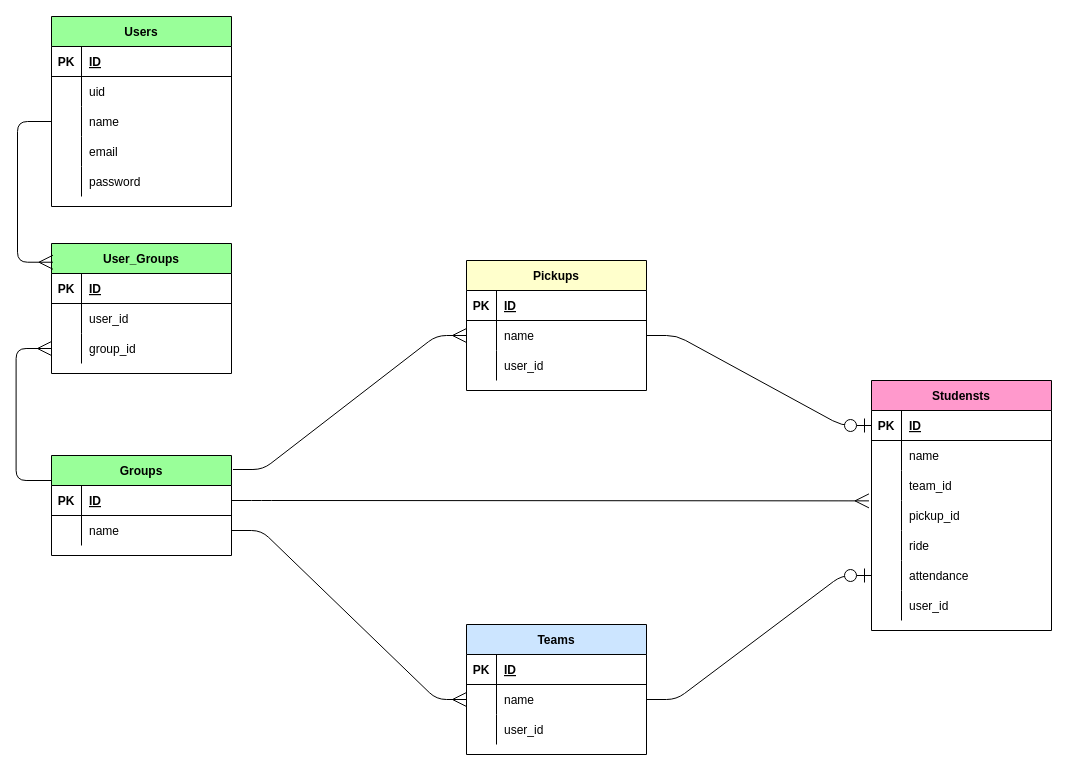
Before: table_design.dio in rrr-ryu/wasurena, a draw.io diagram. Source tidied: cells renumbered, new cells numbered last; positions are measured from the earlier drawing's top-left corner, leaving out a move shared by most shapes. Both pictures are drawn from the tidied source at 100%, with x=0, y=0 at pixel (16, 16).
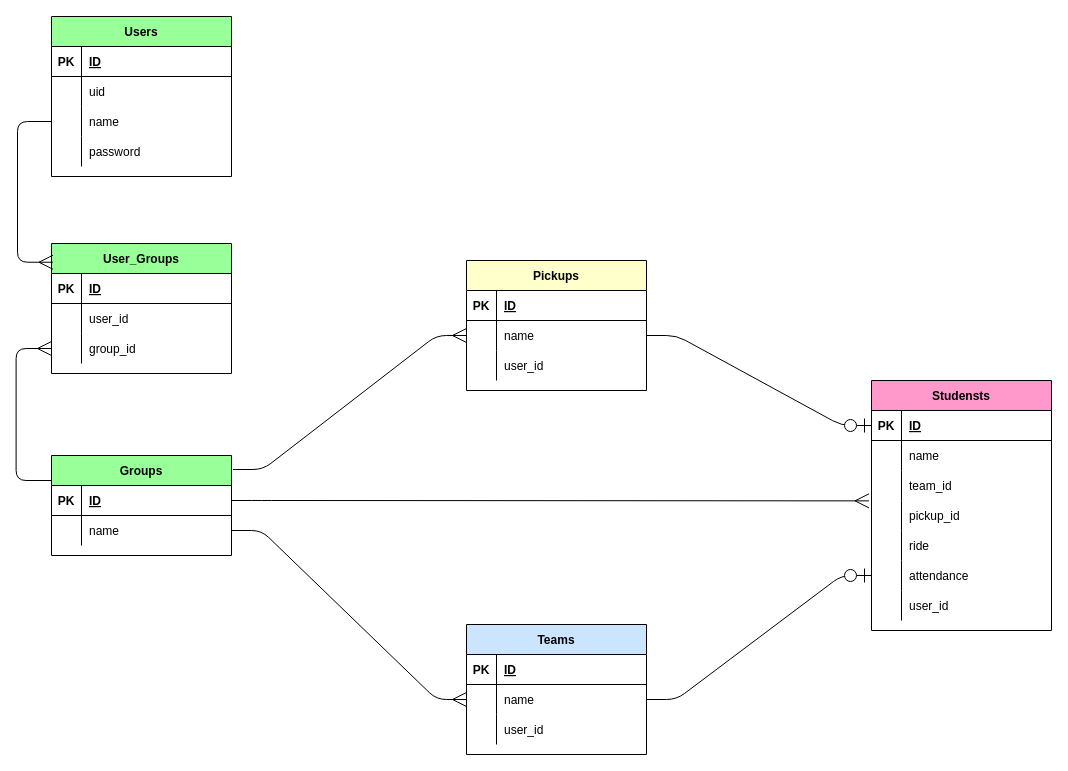
The same diagram, later.

Commit message (it also covers changes not shown here):
テーブル再定義

Change to the diagram source:
```diff
@@
     <mxCell id="2" value="Users" style="shape=table;startSize=30;childLayout=tableLayout;rowLines=0;fontStyle=1;align=center;labelBackgroundColor=none;fillColor=#99FF99;fontColor=#000000;labelBorderColor=none;strokeColor=#000000;" parent="1" vertex="1">
-      <mxGeometry x="35" width="180" height="190" as="geometry" />
+      <mxGeometry x="35" width="180" height="160" as="geometry" />
     </mxCell>
@@
-    <mxCell id="12" style="shape=partialRectangle;fillColor=none;top=0;left=0;bottom=0;right=0;fontColor=#000000;labelBorderColor=none;strokeColor=#000000;" parent="2" vertex="1">
-      <mxGeometry y="120" width="180" height="30" as="geometry" />
-    </mxCell>
-    <mxCell id="13" style="shape=partialRectangle;fillColor=none;top=0;left=0;bottom=0;right=0;overflow=hidden;fontColor=#000000;labelBorderColor=none;strokeColor=#000000;" parent="12" vertex="1">
-      <mxGeometry width="30" height="30" as="geometry" />
-    </mxCell>
-    <mxCell id="14" value="email" style="shape=partialRectangle;fillColor=none;top=0;left=0;bottom=0;right=0;align=left;spacingLeft=6;overflow=hidden;fontColor=#000000;labelBorderColor=none;strokeColor=#000000;" parent="12" vertex="1">
-      <mxGeometry x="30" width="150" height="30" as="geometry" />
-    </mxCell>
     <mxCell id="15" style="shape=partialRectangle;fillColor=none;top=0;left=0;bottom=0;right=0;fontColor=#000000;labelBorderColor=none;strokeColor=#000000;" parent="2" vertex="1">
-      <mxGeometry y="150" width="180" height="30" as="geometry" />
+      <mxGeometry y="120" width="180" height="30" as="geometry" />
     </mxCell>
```
